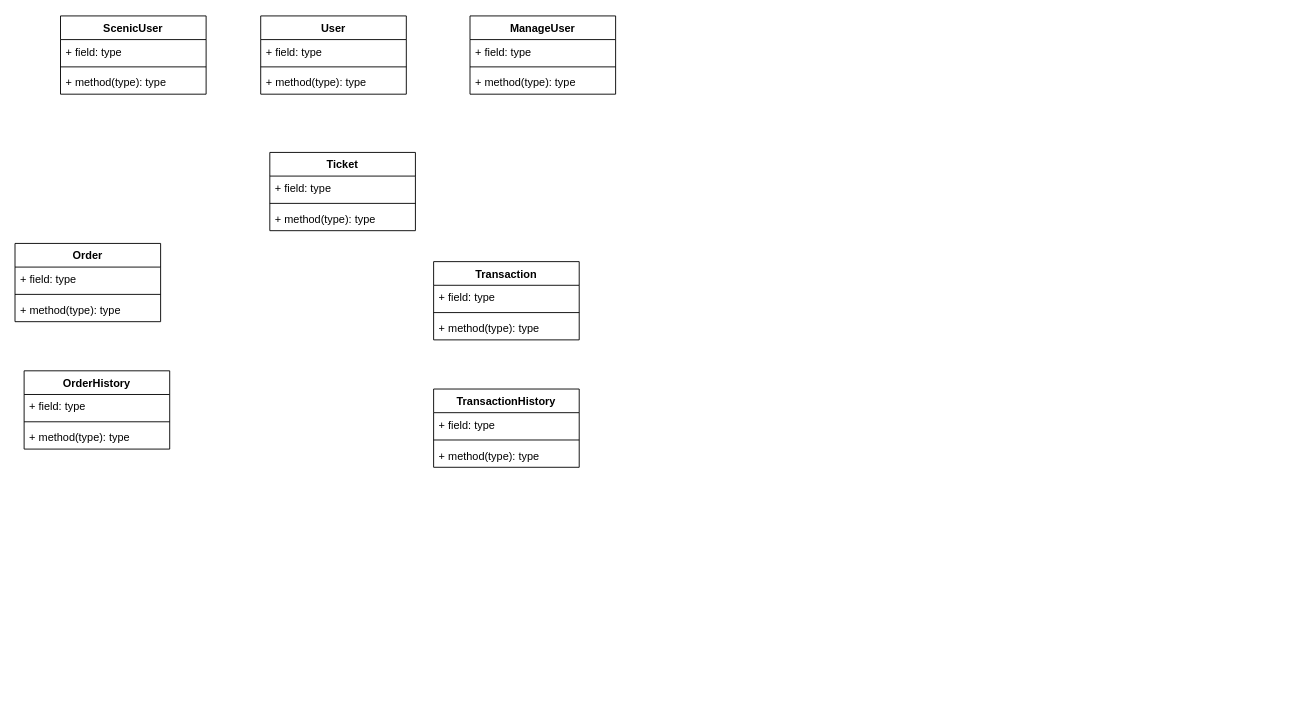
Earlier version of the draw.io diagram 票务链.drawio (jxu86/project-uml). Source tidied: cells renumbered, new cells numbered last; positions are measured from the earlier drawing's top-left corner, leaving out a move shared by most shapes. Both pictures are drawn from the tidied source at 91%, with x=0, y=0 at pixel (15, 15).
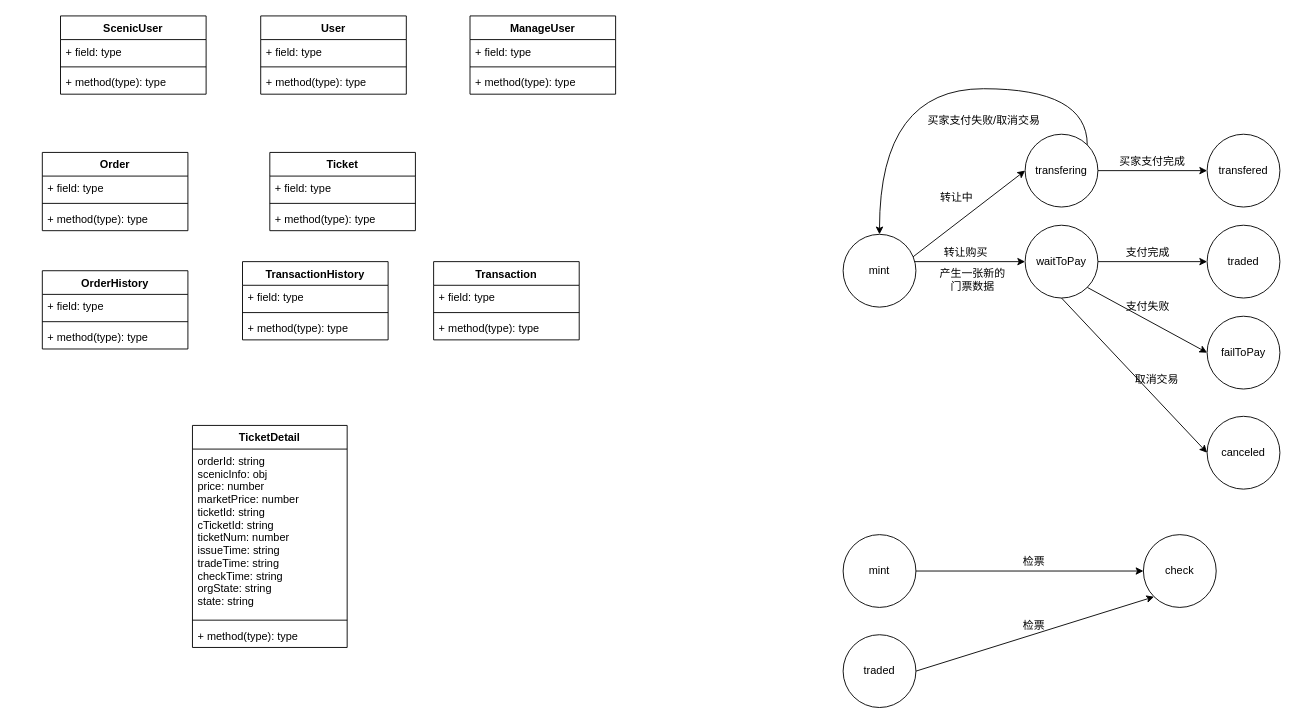
After the change.

Change to the diagram source:
```diff
@@
+    <mxCell id="22" value="Transaction" style="swimlane;fontStyle=1;align=center;verticalAlign=top;horizontal=1;startSize=26;" parent="1" vertex="1">
+      <mxGeometry x="460" y="270" width="160" height="86" as="geometry" />
+    </mxCell>
+    <mxCell id="23" value="+ field: type" style="text;strokeColor=none;fillColor=none;align=left;verticalAlign=top;spacingLeft=4;spacingRight=4;overflow=hidden;" parent="22" vertex="1">
+      <mxGeometry y="26" width="160" height="26" as="geometry" />
+    </mxCell>
+    <mxCell id="24" style="line;strokeWidth=1;fillColor=none;align=left;verticalAlign=middle;spacingTop=-1;spacingLeft=3;spacingRight=3;labelPosition=right;" parent="22" vertex="1">
+      <mxGeometry y="52" width="160" height="8" as="geometry" />
+    </mxCell>
+    <mxCell id="25" value="+ method(type): type" style="text;strokeColor=none;fillColor=none;align=left;verticalAlign=top;spacingLeft=4;spacingRight=4;overflow=hidden;" parent="22" vertex="1">
+      <mxGeometry y="60" width="160" height="26" as="geometry" />
+    </mxCell>
     <mxCell id="18" value="Order" style="swimlane;fontStyle=1;align=center;verticalAlign=top;horizontal=1;startSize=26;" parent="1" vertex="1">
-      <mxGeometry y="250" width="160" height="86" as="geometry" />
+      <mxGeometry x="30" y="150" width="160" height="86" as="geometry" />
     </mxCell>
@@
-    <mxCell id="22" value="Transaction" style="swimlane;fontStyle=1;align=center;verticalAlign=top;horizontal=1;startSize=26;" parent="1" vertex="1">
-      <mxGeometry x="460" y="270" width="160" height="86" as="geometry" />
-    </mxCell>
-    <mxCell id="23" value="+ field: type" style="text;strokeColor=none;fillColor=none;align=left;verticalAlign=top;spacingLeft=4;spacingRight=4;overflow=hidden;" parent="22" vertex="1">
-      <mxGeometry y="26" width="160" height="26" as="geometry" />
-    </mxCell>
-    <mxCell id="24" style="line;strokeWidth=1;fillColor=none;align=left;verticalAlign=middle;spacingTop=-1;spacingLeft=3;spacingRight=3;labelPosition=right;" parent="22" vertex="1">
-      <mxGeometry y="52" width="160" height="8" as="geometry" />
-    </mxCell>
-    <mxCell id="25" value="+ method(type): type" style="text;strokeColor=none;fillColor=none;align=left;verticalAlign=top;spacingLeft=4;spacingRight=4;overflow=hidden;" parent="22" vertex="1">
-      <mxGeometry y="60" width="160" height="26" as="geometry" />
-    </mxCell>
     <mxCell id="26" value="OrderHistory" style="swimlane;fontStyle=1;align=center;verticalAlign=top;horizontal=1;startSize=26;" parent="1" vertex="1">
-      <mxGeometry x="10" y="390" width="160" height="86" as="geometry" />
+      <mxGeometry x="30" y="280" width="160" height="86" as="geometry" />
     </mxCell>
@@
+    <mxCell id="34" style="rounded=0;jettySize=auto;html=1;exitX=1;exitY=0.5;exitDx=0;exitDy=0;entryX=0;entryY=0.5;entryDx=0;entryDy=0;" parent="1" edge="1" target="39">
+      <mxGeometry relative="1" as="geometry">
+        <mxPoint x="980" y="270" as="sourcePoint" />
+      </mxGeometry>
+    </mxCell>
+    <mxCell id="35" style="edgeStyle=none;rounded=0;jettySize=auto;html=1;exitX=1;exitY=0.5;exitDx=0;exitDy=0;entryX=0;entryY=0.5;entryDx=0;entryDy=0;" parent="1" edge="1" target="46">
+      <mxGeometry relative="1" as="geometry">
+        <mxPoint x="980" y="270" as="sourcePoint" />
+      </mxGeometry>
+    </mxCell>
+    <mxCell id="36" style="edgeStyle=none;rounded=0;jettySize=auto;html=1;exitX=1;exitY=0.5;exitDx=0;exitDy=0;" parent="1" edge="1" source="39" target="40">
+      <mxGeometry relative="1" as="geometry" />
+    </mxCell>
+    <mxCell id="37" style="rounded=0;jettySize=auto;html=1;exitX=1;exitY=1;exitDx=0;exitDy=0;entryX=0;entryY=0.5;entryDx=0;entryDy=0;" parent="1" edge="1" source="39" target="50">
+      <mxGeometry relative="1" as="geometry" />
+    </mxCell>
+    <mxCell id="38" style="edgeStyle=none;rounded=0;jettySize=auto;html=1;exitX=0.5;exitY=1;exitDx=0;exitDy=0;entryX=0;entryY=0.5;entryDx=0;entryDy=0;" parent="1" edge="1" source="39" target="52">
+      <mxGeometry relative="1" as="geometry" />
+    </mxCell>
+    <mxCell id="39" value="waitToPay" style="ellipse;whiteSpace=wrap;html=1;" parent="1" vertex="1">
+      <mxGeometry x="1110" y="230" width="80" height="80" as="geometry" />
+    </mxCell>
+    <mxCell id="40" value="traded" style="ellipse;whiteSpace=wrap;html=1;" parent="1" vertex="1">
+      <mxGeometry x="1310" y="230" width="80" height="80" as="geometry" />
+    </mxCell>
+    <mxCell id="41" value="转让购买" style="text;html=1;strokeColor=none;fillColor=none;align=center;verticalAlign=middle;whiteSpace=wrap;rounded=0;" parent="1" vertex="1">
+      <mxGeometry x="1010" y="250" width="70" height="20" as="geometry" />
+    </mxCell>
+    <mxCell id="42" value="支付完成" style="text;html=1;strokeColor=none;fillColor=none;align=center;verticalAlign=middle;whiteSpace=wrap;rounded=0;" parent="1" vertex="1">
+      <mxGeometry x="1210" y="250" width="70" height="20" as="geometry" />
+    </mxCell>
+    <mxCell id="43" value="transfered" style="ellipse;whiteSpace=wrap;html=1;" parent="1" vertex="1">
+      <mxGeometry x="1310" y="130" width="80" height="80" as="geometry" />
+    </mxCell>
+    <mxCell id="44" style="edgeStyle=none;rounded=0;jettySize=auto;html=1;exitX=1;exitY=0.5;exitDx=0;exitDy=0;entryX=0;entryY=0.5;entryDx=0;entryDy=0;" parent="1" edge="1" source="46" target="43">
+      <mxGeometry relative="1" as="geometry" />
+    </mxCell>
+    <mxCell id="45" style="edgeStyle=orthogonalEdgeStyle;rounded=0;jettySize=auto;html=1;exitX=1;exitY=0;exitDx=0;exitDy=0;entryX=0.5;entryY=0;entryDx=0;entryDy=0;curved=1;" parent="1" edge="1" source="46" target="54">
+      <mxGeometry relative="1" as="geometry">
+        <Array as="points">
+          <mxPoint x="1178" y="80" />
+          <mxPoint x="950" y="80" />
+        </Array>
+      </mxGeometry>
+    </mxCell>
+    <mxCell id="46" value="transfering" style="ellipse;whiteSpace=wrap;html=1;" parent="1" vertex="1">
+      <mxGeometry x="1110" y="130" width="80" height="80" as="geometry" />
+    </mxCell>
+    <mxCell id="47" value="转让中" style="text;html=1;strokeColor=none;fillColor=none;align=center;verticalAlign=middle;whiteSpace=wrap;rounded=0;" parent="1" vertex="1">
+      <mxGeometry x="1000" y="190" width="70" height="20" as="geometry" />
+    </mxCell>
+    <mxCell id="48" value="买家支付完成" style="text;html=1;strokeColor=none;fillColor=none;align=center;verticalAlign=middle;whiteSpace=wrap;rounded=0;" parent="1" vertex="1">
+      <mxGeometry x="1210" y="150" width="80" height="20" as="geometry" />
+    </mxCell>
+    <mxCell id="49" value="买家支付失败/取消交易" style="text;html=1;strokeColor=none;fillColor=none;align=center;verticalAlign=middle;whiteSpace=wrap;rounded=0;" parent="1" vertex="1">
+      <mxGeometry x="1000" y="110" width="130" height="10" as="geometry" />
+    </mxCell>
+    <mxCell id="50" value="failToPay" style="ellipse;whiteSpace=wrap;html=1;" parent="1" vertex="1">
+      <mxGeometry x="1310" y="330" width="80" height="80" as="geometry" />
+    </mxCell>
+    <mxCell id="51" value="支付失败" style="text;html=1;strokeColor=none;fillColor=none;align=center;verticalAlign=middle;whiteSpace=wrap;rounded=0;" parent="1" vertex="1">
+      <mxGeometry x="1210" y="310" width="70" height="20" as="geometry" />
+    </mxCell>
+    <mxCell id="52" value="canceled" style="ellipse;whiteSpace=wrap;html=1;" parent="1" vertex="1">
+      <mxGeometry x="1310" y="440" width="80" height="80" as="geometry" />
+    </mxCell>
+    <mxCell id="53" value="取消交易" style="text;html=1;strokeColor=none;fillColor=none;align=center;verticalAlign=middle;whiteSpace=wrap;rounded=0;" parent="1" vertex="1">
+      <mxGeometry x="1220" y="390" width="70" height="20" as="geometry" />
+    </mxCell>
+    <mxCell id="54" value="mint" style="ellipse;whiteSpace=wrap;html=1;" parent="1" vertex="1">
+      <mxGeometry x="910" y="240" width="80" height="80" as="geometry" />
+    </mxCell>
+    <mxCell id="55" style="rounded=0;jettySize=auto;html=1;exitX=1;exitY=0.5;exitDx=0;exitDy=0;entryX=0;entryY=0.5;entryDx=0;entryDy=0;" parent="1" edge="1" source="56" target="57">
+      <mxGeometry relative="1" as="geometry" />
+    </mxCell>
+    <mxCell id="56" value="mint" style="ellipse;whiteSpace=wrap;html=1;" parent="1" vertex="1">
+      <mxGeometry x="910" y="570" width="80" height="80" as="geometry" />
+    </mxCell>
+    <mxCell id="57" value="check" style="ellipse;whiteSpace=wrap;html=1;" parent="1" vertex="1">
+      <mxGeometry x="1240" y="570" width="80" height="80" as="geometry" />
+    </mxCell>
+    <mxCell id="58" value="检票" style="text;html=1;strokeColor=none;fillColor=none;align=center;verticalAlign=middle;whiteSpace=wrap;rounded=0;" parent="1" vertex="1">
+      <mxGeometry x="1100" y="590" width="40" height="20" as="geometry" />
+    </mxCell>
+    <mxCell id="59" style="edgeStyle=none;rounded=0;jettySize=auto;html=1;exitX=1;exitY=0.5;exitDx=0;exitDy=0;entryX=0;entryY=1;entryDx=0;entryDy=0;" parent="1" edge="1" source="60" target="57">
+      <mxGeometry relative="1" as="geometry" />
+    </mxCell>
+    <mxCell id="60" value="traded" style="ellipse;whiteSpace=wrap;html=1;" parent="1" vertex="1">
+      <mxGeometry x="910" y="680" width="80" height="80" as="geometry" />
+    </mxCell>
+    <mxCell id="61" value="检票" style="text;html=1;strokeColor=none;fillColor=none;align=center;verticalAlign=middle;whiteSpace=wrap;rounded=0;" parent="1" vertex="1">
+      <mxGeometry x="1100" y="660" width="40" height="20" as="geometry" />
+    </mxCell>
+    <mxCell id="62" value="产生一张新的门票数据" style="text;html=1;strokeColor=none;fillColor=none;align=center;verticalAlign=middle;whiteSpace=wrap;rounded=0;" parent="1" vertex="1">
+      <mxGeometry x="1010" y="280" width="85" height="20" as="geometry" />
+    </mxCell>
     <mxCell id="30" value="TransactionHistory" style="swimlane;fontStyle=1;align=center;verticalAlign=top;horizontal=1;startSize=26;" parent="1" vertex="1">
-      <mxGeometry x="460" y="410" width="160" height="86" as="geometry" />
+      <mxGeometry x="250" y="270" width="160" height="86" as="geometry" />
     </mxCell>
@@
+    <mxCell id="63" value="TicketDetail" style="swimlane;fontStyle=1;align=center;verticalAlign=top;horizontal=1;startSize=26;" parent="1" vertex="1">
+      <mxGeometry x="195" y="450" width="170" height="244" as="geometry" />
+    </mxCell>
+    <mxCell id="64" value="orderId: string&#10;scenicInfo: obj&#10;price: number&#10;marketPrice: number&#10;ticketId: string&#10;cTicketId: string&#10;ticketNum: number&#10;issueTime: string&#10;tradeTime: string&#10;checkTime: string&#10;orgState: string&#10;state: string" style="text;strokeColor=none;fillColor=none;align=left;verticalAlign=top;spacingLeft=4;spacingRight=4;overflow=hidden;" parent="63" vertex="1">
+      <mxGeometry y="26" width="170" height="184" as="geometry" />
+    </mxCell>
+    <mxCell id="65" style="line;strokeWidth=1;fillColor=none;align=left;verticalAlign=middle;spacingTop=-1;spacingLeft=3;spacingRight=3;labelPosition=right;" parent="63" vertex="1">
+      <mxGeometry y="210" width="170" height="8" as="geometry" />
+    </mxCell>
+    <mxCell id="66" value="+ method(type): type" style="text;strokeColor=none;fillColor=none;align=left;verticalAlign=top;spacingLeft=4;spacingRight=4;overflow=hidden;" parent="63" vertex="1">
+      <mxGeometry y="218" width="170" height="26" as="geometry" />
+    </mxCell>
```
